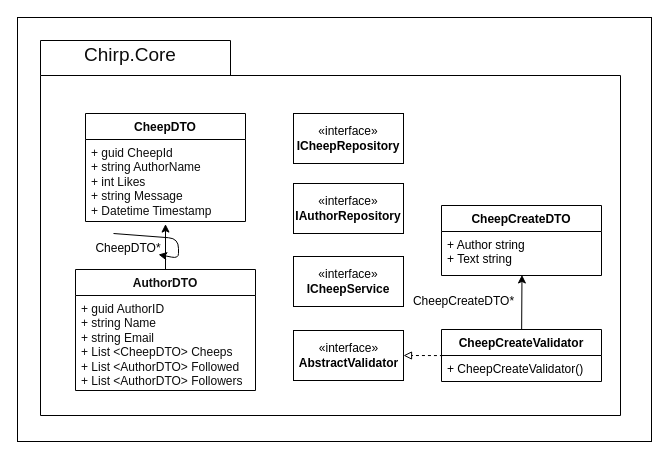
This is Docs/Images/PackagesUMLClassDiagrams/PackageCoreUMLDiagram.drawio from ITU-BDSA23-GROUP4/Chirp, a draw.io file, before an edit. Source tidied: cells renumbered, new cells numbered last; positions are measured from the earlier drawing's top-left corner, leaving out a move shared by most shapes. Both pictures are drawn from the tidied source at 100%, with x=0, y=0 at pixel (17, 17).
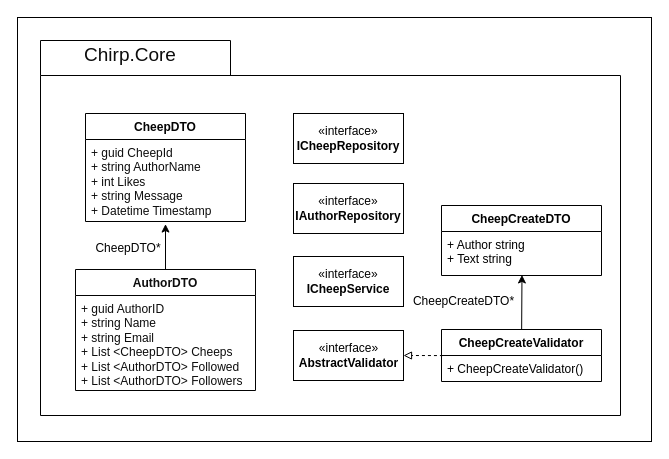
Above is the later version.

Commit message (it also covers changes not shown here):
Removed unintended arrow.

The change refers to these unchanged cells:
```xml
<mxCell id="8" value="&lt;font color=&quot;#000000&quot;&gt;CheepDTO*&lt;/font&gt;" style="text;html=1;strokeColor=none;fillColor=none;align=center;verticalAlign=middle;whiteSpace=wrap;rounded=0;" parent="1" vertex="1">
  <mxGeometry x="81" y="216" width="60" height="30" as="geometry" />
</mxCell>
```

Diff of the diagram source:
```diff
@@
-    <mxCell id="23" style="edgeStyle=none;html=1;exitX=0.25;exitY=0;exitDx=0;exitDy=0;" parent="1" edge="1" source="8" target="8">
-      <mxGeometry relative="1" as="geometry" />
-    </mxCell>
```
